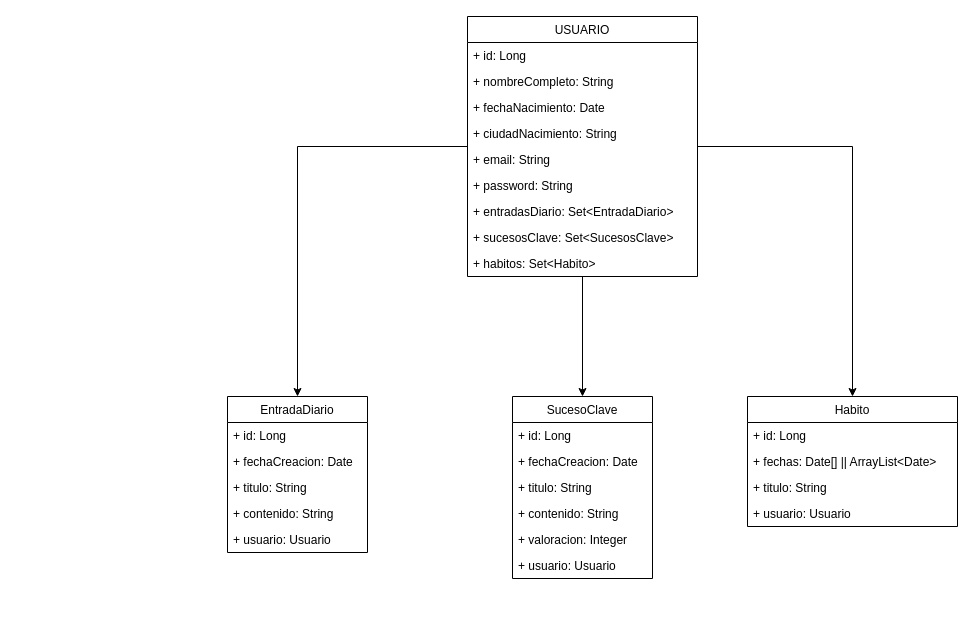
Earlier version of the draw.io diagram esquema_bbdd_aygp.drawio (nicolasgabarron/AyGP). Source tidied: cells renumbered, new cells numbered last; positions are measured from the earlier drawing's top-left corner, leaving out a move shared by most shapes. Both pictures are drawn from the tidied source at 100%, with x=0, y=0 at pixel (227, 16).
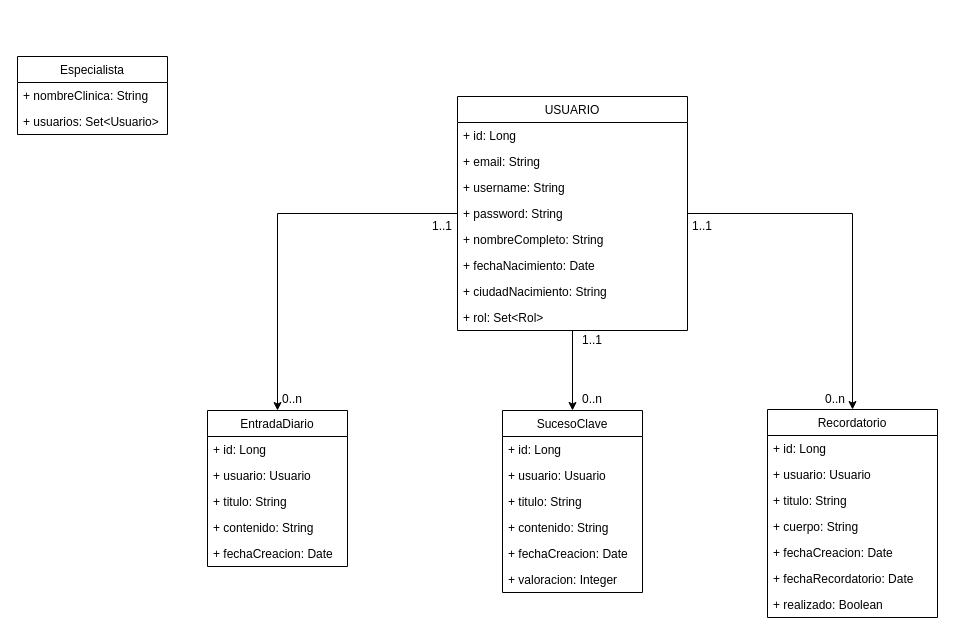
After the change.

Commit message:
Modificación esquema Base de Datos.

Diff of the diagram source:
```diff
@@
-    <mxCell id="2" style="edgeStyle=orthogonalEdgeStyle;rounded=0;jettySize=auto;html=1;entryX=0.5;entryY=0;entryDx=0;entryDy=0;" parent="1" edge="1" source="4" target="20">
+    <mxCell id="2" style="edgeStyle=orthogonalEdgeStyle;rounded=0;jettySize=auto;html=1;" parent="1" edge="1" source="4" target="20">
       <mxGeometry relative="1" as="geometry" />
     </mxCell>
-    <mxCell id="3" style="edgeStyle=orthogonalEdgeStyle;rounded=0;jettySize=auto;html=1;entryX=0.5;entryY=0;entryDx=0;entryDy=0;" parent="1" edge="1" source="4" target="27">
+    <mxCell id="3" style="edgeStyle=orthogonalEdgeStyle;rounded=0;jettySize=auto;html=1;" parent="1" edge="1" source="4" target="27">
       <mxGeometry relative="1" as="geometry" />
     </mxCell>
     <mxCell id="4" value="USUARIO" style="swimlane;fontStyle=0;horizontal=1;startSize=26;fillColor=none;" parent="1" vertex="1">
-      <mxGeometry x="240" width="230" height="260" as="geometry" />
+      <mxGeometry x="230" y="80" width="230" height="234" as="geometry" />
     </mxCell>
@@
+    <mxCell id="9" value="+ email: String" style="text;strokeColor=none;fillColor=none;align=left;verticalAlign=top;spacingLeft=4;spacingRight=4;overflow=hidden;" parent="4" vertex="1">
+      <mxGeometry y="52" width="230" height="26" as="geometry" />
+    </mxCell>
+    <mxCell id="33" value="+ username: String" style="text;strokeColor=none;fillColor=none;align=left;verticalAlign=top;spacingLeft=4;spacingRight=4;overflow=hidden;" parent="4" vertex="1">
+      <mxGeometry y="78" width="230" height="26" as="geometry" />
+    </mxCell>
+    <mxCell id="10" value="+ password: String" style="text;strokeColor=none;fillColor=none;align=left;verticalAlign=top;spacingLeft=4;spacingRight=4;overflow=hidden;points=[[0,0.5],[1,0.5]];portConstraint=eastwest;" parent="4" vertex="1">
+      <mxGeometry y="104" width="230" height="26" as="geometry" />
+    </mxCell>
     <mxCell id="6" value="+ nombreCompleto: String&#10;" style="text;strokeColor=none;fillColor=none;align=left;verticalAlign=top;spacingLeft=4;spacingRight=4;overflow=hidden;" parent="4" vertex="1">
-      <mxGeometry y="52" width="230" height="26" as="geometry" />
+      <mxGeometry y="130" width="230" height="26" as="geometry" />
     </mxCell>
     <mxCell id="7" value="+ fechaNacimiento: Date&#10;" style="text;strokeColor=none;fillColor=none;align=left;verticalAlign=top;spacingLeft=4;spacingRight=4;overflow=hidden;" parent="4" vertex="1">
-      <mxGeometry y="78" width="230" height="26" as="geometry" />
+      <mxGeometry y="156" width="230" height="26" as="geometry" />
     </mxCell>
     <mxCell id="8" value="+ ciudadNacimiento: String" style="text;strokeColor=none;fillColor=none;align=left;verticalAlign=top;spacingLeft=4;spacingRight=4;overflow=hidden;points=[[0,0.5],[1,0.5]];portConstraint=eastwest;" parent="4" vertex="1">
-      <mxGeometry y="104" width="230" height="26" as="geometry" />
+      <mxGeometry y="182" width="230" height="26" as="geometry" />
     </mxCell>
-    <mxCell id="9" value="+ email: String" style="text;strokeColor=none;fillColor=none;align=left;verticalAlign=top;spacingLeft=4;spacingRight=4;overflow=hidden;" parent="4" vertex="1">
-      <mxGeometry y="130" width="230" height="26" as="geometry" />
-    </mxCell>
-    <mxCell id="10" value="+ password: String" style="text;strokeColor=none;fillColor=none;align=left;verticalAlign=top;spacingLeft=4;spacingRight=4;overflow=hidden;points=[[0,0.5],[1,0.5]];portConstraint=eastwest;" parent="4" vertex="1">
-      <mxGeometry y="156" width="230" height="26" as="geometry" />
-    </mxCell>
-    <mxCell id="11" value="+ entradasDiario: Set&lt;EntradaDiario&gt;" style="text;strokeColor=none;fillColor=none;align=left;verticalAlign=top;spacingLeft=4;spacingRight=4;overflow=hidden;" parent="4" vertex="1">
-      <mxGeometry y="182" width="230" height="26" as="geometry" />
-    </mxCell>
-    <mxCell id="12" value="+ sucesosClave: Set&lt;SucesosClave&gt;" style="text;strokeColor=none;fillColor=none;align=left;verticalAlign=top;spacingLeft=4;spacingRight=4;overflow=hidden;" parent="4" vertex="1">
-      <mxGeometry y="208" width="230" height="26" as="geometry" />
-    </mxCell>
-    <mxCell id="13" value="+ habitos: Set&lt;Habito&gt;" style="text;strokeColor=none;fillColor=none;align=left;verticalAlign=top;spacingLeft=4;spacingRight=4;overflow=hidden;" parent="4" vertex="1">
-      <mxGeometry y="234" width="230" height="26" as="geometry" />
-    </mxCell>
+    <mxCell id="34" value="+ rol: Set&lt;Rol&gt;" style="text;strokeColor=none;fillColor=none;align=left;verticalAlign=top;spacingLeft=4;spacingRight=4;overflow=hidden;" parent="4" vertex="1">
+      <mxGeometry y="208" width="230" height="26" as="geometry" />
+    </mxCell>
     <mxCell id="14" value="EntradaDiario" style="swimlane;fontStyle=0;horizontal=1;startSize=26;fillColor=none;" parent="1" vertex="1">
-      <mxGeometry y="380" width="140" height="156" as="geometry" />
+      <mxGeometry x="-20" y="394" width="140" height="156" as="geometry" />
     </mxCell>
@@
-    <mxCell id="16" value="+ fechaCreacion: Date" style="text;strokeColor=none;fillColor=none;align=left;verticalAlign=top;spacingLeft=4;spacingRight=4;overflow=hidden;" parent="14" vertex="1">
-      <mxGeometry y="52" width="140" height="26" as="geometry" />
-    </mxCell>
+    <mxCell id="19" value="+ usuario: Usuario" style="text;strokeColor=none;fillColor=none;align=left;verticalAlign=top;spacingLeft=4;spacingRight=4;overflow=hidden;" parent="14" vertex="1">
+      <mxGeometry y="52" width="140" height="26" as="geometry" />
+    </mxCell>
@@
-    <mxCell id="19" value="+ usuario: Usuario" style="text;strokeColor=none;fillColor=none;align=left;verticalAlign=top;spacingLeft=4;spacingRight=4;overflow=hidden;" parent="14" vertex="1">
-      <mxGeometry y="130" width="140" height="26" as="geometry" />
-    </mxCell>
+    <mxCell id="16" value="+ fechaCreacion: Date" style="text;strokeColor=none;fillColor=none;align=left;verticalAlign=top;spacingLeft=4;spacingRight=4;overflow=hidden;" parent="14" vertex="1">
+      <mxGeometry y="130" width="140" height="26" as="geometry" />
+    </mxCell>
     <mxCell id="20" value="SucesoClave" style="swimlane;fontStyle=0;horizontal=1;startSize=26;fillColor=none;" parent="1" vertex="1">
-      <mxGeometry x="285" y="380" width="140" height="182" as="geometry" />
+      <mxGeometry x="275" y="394" width="140" height="182" as="geometry" />
     </mxCell>
@@
-    <mxCell id="22" value="+ fechaCreacion: Date" style="text;strokeColor=none;fillColor=none;align=left;verticalAlign=top;spacingLeft=4;spacingRight=4;overflow=hidden;" parent="20" vertex="1">
-      <mxGeometry y="52" width="140" height="26" as="geometry" />
-    </mxCell>
+    <mxCell id="26" value="+ usuario: Usuario" style="text;strokeColor=none;fillColor=none;align=left;verticalAlign=top;spacingLeft=4;spacingRight=4;overflow=hidden;" parent="20" vertex="1">
+      <mxGeometry y="52" width="140" height="26" as="geometry" />
+    </mxCell>
@@
+    <mxCell id="22" value="+ fechaCreacion: Date" style="text;strokeColor=none;fillColor=none;align=left;verticalAlign=top;spacingLeft=4;spacingRight=4;overflow=hidden;" parent="20" vertex="1">
+      <mxGeometry y="130" width="140" height="26" as="geometry" />
+    </mxCell>
     <mxCell id="25" value="+ valoracion: Integer" style="text;strokeColor=none;fillColor=none;align=left;verticalAlign=top;spacingLeft=4;spacingRight=4;overflow=hidden;" parent="20" vertex="1">
-      <mxGeometry y="130" width="140" height="26" as="geometry" />
+      <mxGeometry y="156" width="140" height="26" as="geometry" />
     </mxCell>
-    <mxCell id="26" value="+ usuario: Usuario" style="text;strokeColor=none;fillColor=none;align=left;verticalAlign=top;spacingLeft=4;spacingRight=4;overflow=hidden;" parent="20" vertex="1">
-      <mxGeometry y="156" width="140" height="26" as="geometry" />
-    </mxCell>
-    <mxCell id="27" value="Habito" style="swimlane;fontStyle=0;horizontal=1;startSize=26;fillColor=none;" parent="1" vertex="1">
-      <mxGeometry x="520" y="380" width="210" height="130" as="geometry" />
+    <mxCell id="27" value="Recordatorio" style="swimlane;fontStyle=0;horizontal=1;startSize=26;fillColor=none;" parent="1" vertex="1">
+      <mxGeometry x="540" y="393" width="170" height="208" as="geometry" />
     </mxCell>
     <mxCell id="28" value="+ id: Long" style="text;strokeColor=none;fillColor=none;align=left;verticalAlign=top;spacingLeft=4;spacingRight=4;overflow=hidden;" parent="27" vertex="1">
-      <mxGeometry y="26" width="210" height="26" as="geometry" />
+      <mxGeometry y="26" width="170" height="26" as="geometry" />
     </mxCell>
-    <mxCell id="29" value="+ fechas: Date[] || ArrayList&lt;Date&gt;" style="text;strokeColor=none;fillColor=none;align=left;verticalAlign=top;spacingLeft=4;spacingRight=4;overflow=hidden;" parent="27" vertex="1">
-      <mxGeometry y="52" width="210" height="26" as="geometry" />
+    <mxCell id="29" value="+ usuario: Usuario" style="text;strokeColor=none;fillColor=none;align=left;verticalAlign=top;spacingLeft=4;spacingRight=4;overflow=hidden;" parent="27" vertex="1">
+      <mxGeometry y="52" width="170" height="26" as="geometry" />
     </mxCell>
     <mxCell id="30" value="+ titulo: String" style="text;strokeColor=none;fillColor=none;align=left;verticalAlign=top;spacingLeft=4;spacingRight=4;overflow=hidden;" parent="27" vertex="1">
-      <mxGeometry y="78" width="210" height="26" as="geometry" />
+      <mxGeometry y="78" width="170" height="26" as="geometry" />
     </mxCell>
-    <mxCell id="31" value="+ usuario: Usuario" style="text;strokeColor=none;fillColor=none;align=left;verticalAlign=top;spacingLeft=4;spacingRight=4;overflow=hidden;" parent="27" vertex="1">
-      <mxGeometry y="104" width="210" height="26" as="geometry" />
+    <mxCell id="31" value="+ cuerpo: String" style="text;strokeColor=none;fillColor=none;align=left;verticalAlign=top;spacingLeft=4;spacingRight=4;overflow=hidden;" parent="27" vertex="1">
+      <mxGeometry y="104" width="170" height="26" as="geometry" />
     </mxCell>
-    <mxCell id="32" style="edgeStyle=orthogonalEdgeStyle;rounded=0;jettySize=auto;html=1;entryX=0.5;entryY=0;entryDx=0;entryDy=0;" parent="1" edge="1" source="8" target="14">
-      <mxGeometry relative="1" as="geometry">
-        <Array as="points">
-          <mxPoint x="70" y="130" />
-        </Array>
-      </mxGeometry>
-    </mxCell>
+    <mxCell id="35" value="+ fechaCreacion: Date" style="text;strokeColor=none;fillColor=none;align=left;verticalAlign=top;spacingLeft=4;spacingRight=4;overflow=hidden;" parent="27" vertex="1">
+      <mxGeometry y="130" width="170" height="26" as="geometry" />
+    </mxCell>
+    <mxCell id="36" value="+ fechaRecordatorio: Date" style="text;strokeColor=none;fillColor=none;align=left;verticalAlign=top;spacingLeft=4;spacingRight=4;overflow=hidden;" parent="27" vertex="1">
+      <mxGeometry y="156" width="170" height="26" as="geometry" />
+    </mxCell>
+    <mxCell id="37" value="+ realizado: Boolean" style="text;strokeColor=none;fillColor=none;align=left;verticalAlign=top;spacingLeft=4;spacingRight=4;overflow=hidden;" parent="27" vertex="1">
+      <mxGeometry y="182" width="170" height="26" as="geometry" />
+    </mxCell>
+    <mxCell id="38" value="Especialista" style="swimlane;fontStyle=0;horizontal=1;startSize=26;fillColor=none;" parent="1" vertex="1">
+      <mxGeometry x="-210" y="40" width="150" height="78" as="geometry" />
+    </mxCell>
+    <mxCell id="39" value="+ nombreClinica: String" style="text;strokeColor=none;fillColor=none;align=left;verticalAlign=top;spacingLeft=4;spacingRight=4;overflow=hidden;" parent="38" vertex="1">
+      <mxGeometry y="26" width="150" height="26" as="geometry" />
+    </mxCell>
+    <mxCell id="40" value="+ usuarios: Set&lt;Usuario&gt;" style="text;strokeColor=none;fillColor=none;align=left;verticalAlign=top;spacingLeft=4;spacingRight=4;overflow=hidden;" parent="38" vertex="1">
+      <mxGeometry y="52" width="150" height="26" as="geometry" />
+    </mxCell>
+    <mxCell id="41" style="edgeStyle=orthogonalEdgeStyle;rounded=0;jettySize=auto;html=1;entryX=0.5;entryY=0;entryDx=0;entryDy=0;" parent="1" edge="1" source="10" target="14">
+      <mxGeometry relative="1" as="geometry" />
+    </mxCell>
+    <mxCell id="42" value="0..n" style="text;html=1;strokeColor=none;fillColor=none;align=center;verticalAlign=middle;whiteSpace=wrap;rounded=0;" parent="1" vertex="1">
+      <mxGeometry x="50" y="373" width="30" height="20" as="geometry" />
+    </mxCell>
+    <mxCell id="43" value="1..1" style="text;html=1;strokeColor=none;fillColor=none;align=center;verticalAlign=middle;whiteSpace=wrap;rounded=0;" parent="1" vertex="1">
+      <mxGeometry x="200" y="200" width="30" height="20" as="geometry" />
+    </mxCell>
+    <mxCell id="44" value="0..n" style="text;html=1;strokeColor=none;fillColor=none;align=center;verticalAlign=middle;whiteSpace=wrap;rounded=0;" parent="1" vertex="1">
+      <mxGeometry x="350" y="373" width="30" height="20" as="geometry" />
+    </mxCell>
+    <mxCell id="45" value="1..1" style="text;html=1;strokeColor=none;fillColor=none;align=center;verticalAlign=middle;whiteSpace=wrap;rounded=0;" parent="1" vertex="1">
+      <mxGeometry x="350" y="314" width="30" height="20" as="geometry" />
+    </mxCell>
+    <mxCell id="46" value="0..n" style="text;html=1;strokeColor=none;fillColor=none;align=center;verticalAlign=middle;whiteSpace=wrap;rounded=0;" parent="1" vertex="1">
+      <mxGeometry x="593" y="373" width="30" height="20" as="geometry" />
+    </mxCell>
+    <mxCell id="47" value="1..1" style="text;html=1;strokeColor=none;fillColor=none;align=center;verticalAlign=middle;whiteSpace=wrap;rounded=0;" parent="1" vertex="1">
+      <mxGeometry x="460" y="200" width="30" height="20" as="geometry" />
+    </mxCell>
```
